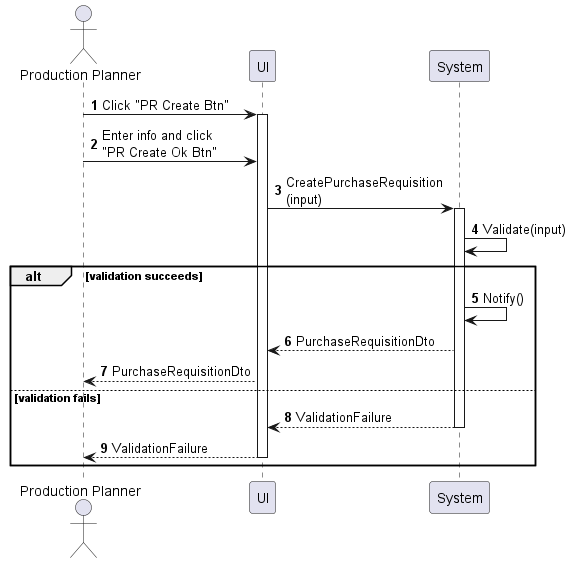
The PlantUML diagram sequences/purchase-requisition-create.png in phihungha/scmss-reqs, before a commit.
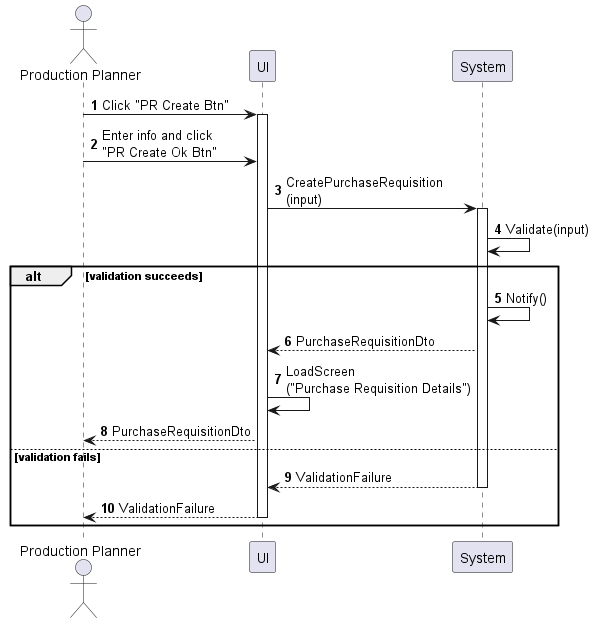
Above is the later version.

What changed in the source:
```diff
@@ -15,6 +15,7 @@
 alt validation succeeds
     b -> b : Notify()
     b --> f : PurchaseRequisitionDto
+    f -> f : LoadScreen\n("Purchase Requisition Details")
     f --> a : PurchaseRequisitionDto
 else validation fails
     return ValidationFailure
```
